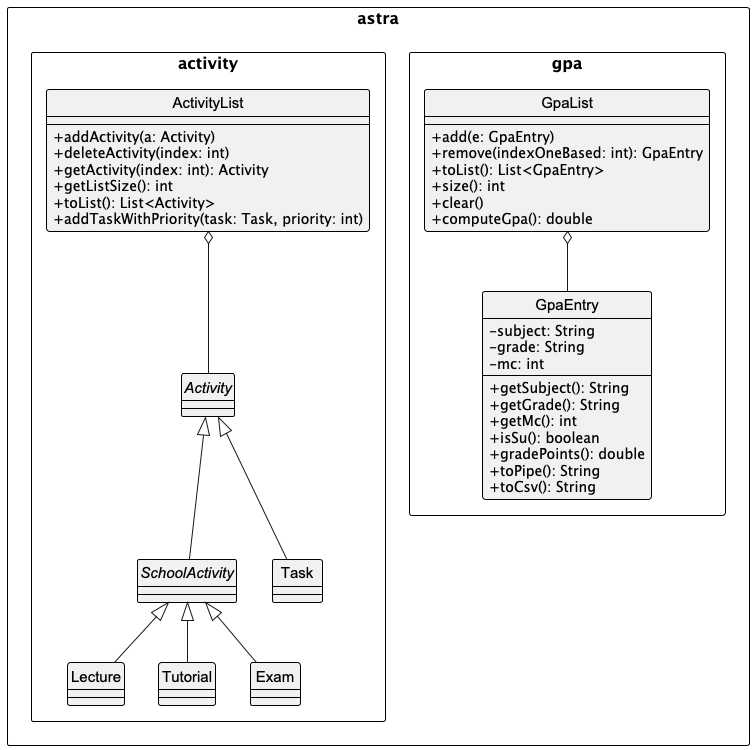
Kennahh/tp keeps this PlantUML diagram as docs/images/model_component.png. Above is the earlier version. The source it was exported from:
```plantuml
@startuml ModelComponent
!include style.puml
skinparam componentStyle rectangle

package astra.activity {
  abstract class Activity
  abstract class SchoolActivity
  class Task
  class Lecture
  class Tutorial
  class Exam
  class ActivityList {
    +addActivity(a: Activity)
    +deleteActivity(index: int)
    +getActivity(index: int): Activity
    +getListSize(): int
    +toList(): List<Activity>
    +addTaskWithPriority(task: Task, priority: int)
  }
}

package astra.gpa {
  class GpaList {
    +add(e: GpaEntry)
    +remove(indexOneBased: int): GpaEntry
    +toList(): List<GpaEntry>
    +size(): int
    +clear()
    +computeGpa(): double
  }
  class GpaEntry {
    -subject: String
    -grade: String
    -mc: int
    +getSubject(): String
    +getGrade(): String
    +getMc(): int
    +isSu(): boolean
    +gradePoints(): double
    +toPipe(): String
    +toCsv(): String
  }
}

Activity <|-- SchoolActivity
SchoolActivity <|-- Lecture
SchoolActivity <|-- Tutorial
SchoolActivity <|-- Exam
Activity <|-- Task
GpaList o-- GpaEntry
ActivityList o-- Activity
@enduml
```
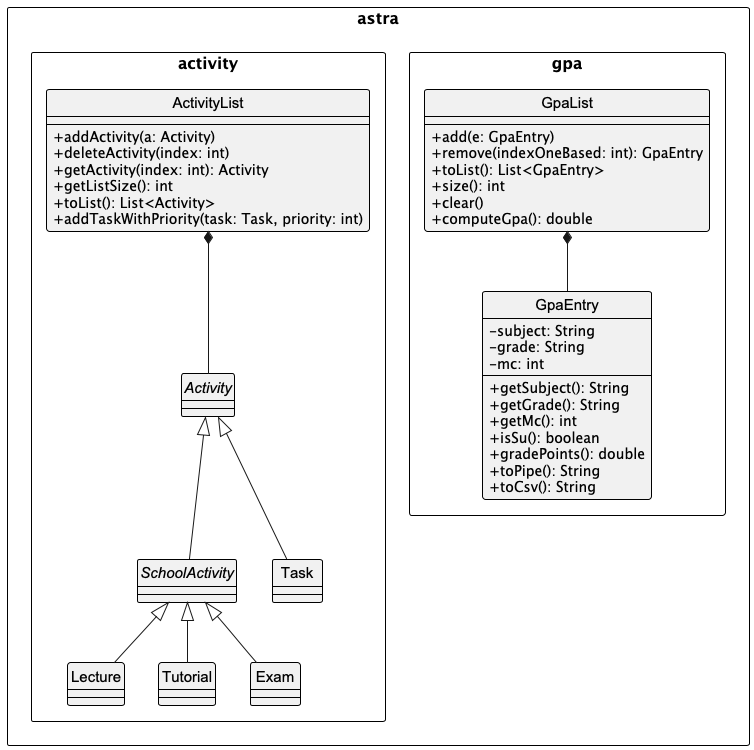
The same diagram one commit later.

The edit, as a diff of the source:
```diff
@@ -47,6 +47,6 @@
 SchoolActivity <|-- Tutorial
 SchoolActivity <|-- Exam
 Activity <|-- Task
-GpaList o-- GpaEntry
-ActivityList o-- Activity
+GpaList *-- GpaEntry
+ActivityList *-- Activity
 @enduml
```
